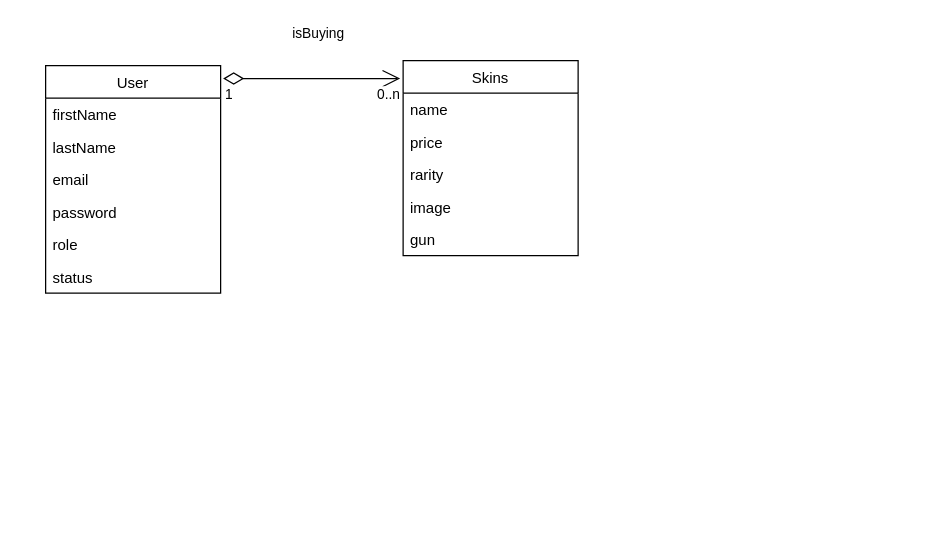
Above: docs/models.drawio in LucasGitDev/RadiantStore-Backend (draw.io), before the change. Source tidied: cells renumbered, new cells numbered last; positions are measured from the earlier drawing's top-left corner, leaving out a move shared by most shapes. Both pictures are drawn from the tidied source at 125%, with x=0, y=0 at pixel (45, 60).
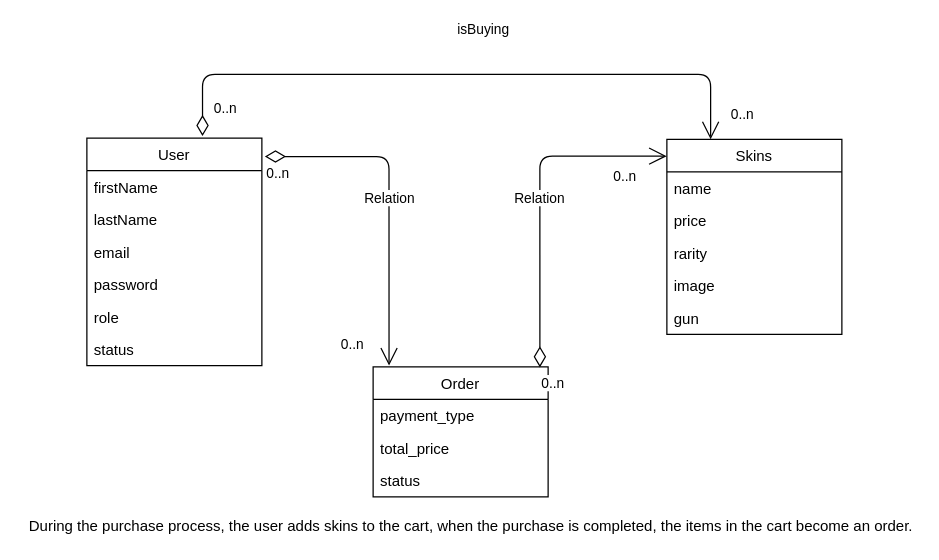
The same diagram, later.

Commit message:
docs: :memo: documents user order relationship with skins

Diff of the diagram source:
```diff
@@
     <mxCell id="2" value="User" style="swimlane;fontStyle=0;horizontal=1;startSize=26;fillColor=none;" parent="1" vertex="1">
-      <mxGeometry y="4" width="140" height="182" as="geometry" />
+      <mxGeometry x="33" y="62" width="140" height="182" as="geometry" />
     </mxCell>
@@
     <mxCell id="9" value="Skins" style="swimlane;fontStyle=0;horizontal=1;startSize=26;fillColor=none;" parent="1" vertex="1">
-      <mxGeometry x="286" width="140" height="156" as="geometry" />
+      <mxGeometry x="497" y="63" width="140" height="156" as="geometry" />
     </mxCell>
@@
-    <mxCell id="15" value="isBuying" style="endArrow=open;html=1;endSize=12;startArrow=diamondThin;startSize=14;startFill=0;edgeStyle=orthogonalEdgeStyle;exitX=1.014;exitY=0.057;exitDx=0;exitDy=0;exitPerimeter=0;entryX=-0.017;entryY=0.092;entryDx=0;entryDy=0;entryPerimeter=0;" parent="1" edge="1" source="2" target="9">
-      <mxGeometry x="0.08" y="36" relative="1" as="geometry" />
+    <mxCell id="15" value="isBuying" style="endArrow=open;html=1;endSize=12;startArrow=diamondThin;startSize=14;startFill=0;edgeStyle=orthogonalEdgeStyle;entryX=0.25;entryY=0;entryDx=0;entryDy=0;exitX=0.661;exitY=-0.009;exitDx=0;exitDy=0;exitPerimeter=0;" parent="1" edge="1" source="2" target="9">
+      <mxGeometry x="0.08" y="36" relative="1" as="geometry">
+        <Array as="points">
+          <mxPoint x="126" y="11" />
+          <mxPoint x="532" y="11" />
+        </Array>
+      </mxGeometry>
     </mxCell>
-    <mxCell id="16" value="1" style="edgeLabel;html=1;align=left;verticalAlign=top;" parent="15" vertex="1">
-      <mxGeometry x="-1" relative="1" as="geometry" />
+    <mxCell id="16" value="0..n" style="edgeLabel;html=1;align=left;verticalAlign=top;" parent="15" vertex="1">
+      <mxGeometry x="-1" relative="1" as="geometry">
+        <mxPoint x="7" y="-35" as="offset" />
+      </mxGeometry>
     </mxCell>
     <mxCell id="17" value="0..n" style="edgeLabel;html=1;align=right;verticalAlign=top;" parent="15" vertex="1">
-      <mxGeometry x="1" relative="1" as="geometry" />
+      <mxGeometry x="1" relative="1" as="geometry">
+        <mxPoint x="35" y="-33" as="offset" />
+      </mxGeometry>
     </mxCell>
+    <mxCell id="18" value="Order" style="swimlane;fontStyle=0;horizontal=1;startSize=26;fillColor=none;" parent="1" vertex="1">
+      <mxGeometry x="262" y="245" width="140" height="104" as="geometry" />
+    </mxCell>
+    <mxCell id="19" value="payment_type" style="text;strokeColor=none;fillColor=none;align=left;verticalAlign=top;spacingLeft=4;spacingRight=4;overflow=hidden;" parent="18" vertex="1">
+      <mxGeometry y="26" width="140" height="26" as="geometry" />
+    </mxCell>
+    <mxCell id="20" value="total_price" style="text;strokeColor=none;fillColor=none;align=left;verticalAlign=top;spacingLeft=4;spacingRight=4;overflow=hidden;" parent="18" vertex="1">
+      <mxGeometry y="52" width="140" height="26" as="geometry" />
+    </mxCell>
+    <mxCell id="21" value="status" style="text;strokeColor=none;fillColor=none;align=left;verticalAlign=top;spacingLeft=4;spacingRight=4;overflow=hidden;" parent="18" vertex="1">
+      <mxGeometry y="78" width="140" height="26" as="geometry" />
+    </mxCell>
+    <mxCell id="22" value="Relation" style="endArrow=open;html=1;endSize=12;startArrow=diamondThin;startSize=14;startFill=0;edgeStyle=orthogonalEdgeStyle;entryX=0.091;entryY=-0.01;entryDx=0;entryDy=0;entryPerimeter=0;exitX=1.017;exitY=0.081;exitDx=0;exitDy=0;exitPerimeter=0;" parent="1" edge="1" source="2" target="18">
+      <mxGeometry relative="1" as="geometry" />
+    </mxCell>
+    <mxCell id="23" value="0..n" style="edgeLabel;html=1;align=left;verticalAlign=top;" parent="22" vertex="1">
+      <mxGeometry x="-1" relative="1" as="geometry" />
+    </mxCell>
+    <mxCell id="24" value="0..n" style="edgeLabel;html=1;align=right;verticalAlign=top;" parent="22" vertex="1">
+      <mxGeometry x="1" relative="1" as="geometry">
+        <mxPoint x="-20" y="-30" as="offset" />
+      </mxGeometry>
+    </mxCell>
+    <mxCell id="25" value="Relation" style="endArrow=open;html=1;endSize=12;startArrow=diamondThin;startSize=14;startFill=0;edgeStyle=orthogonalEdgeStyle;exitX=0.953;exitY=0.004;exitDx=0;exitDy=0;exitPerimeter=0;entryX=-0.001;entryY=0.086;entryDx=0;entryDy=0;entryPerimeter=0;" parent="1" edge="1" source="18" target="9">
+      <mxGeometry relative="1" as="geometry" />
+    </mxCell>
+    <mxCell id="26" value="0..n" style="edgeLabel;html=1;align=left;verticalAlign=top;" parent="25" vertex="1">
+      <mxGeometry x="-1" relative="1" as="geometry" />
+    </mxCell>
+    <mxCell id="27" value="0..n" style="edgeLabel;html=1;align=right;verticalAlign=top;" parent="25" vertex="1">
+      <mxGeometry x="1" relative="1" as="geometry">
+        <mxPoint x="-23" y="4" as="offset" />
+      </mxGeometry>
+    </mxCell>
+    <mxCell id="28" value="During the purchase process, the user adds skins to the cart, when the purchase is completed, the items in the cart become an order." style="text;html=1;align=center;verticalAlign=middle;fillColor=none;strokeColor=none;rounded=0;" parent="1" vertex="1">
+      <mxGeometry x="-19" y="364" width="717" height="18" as="geometry" />
+    </mxCell>
```
